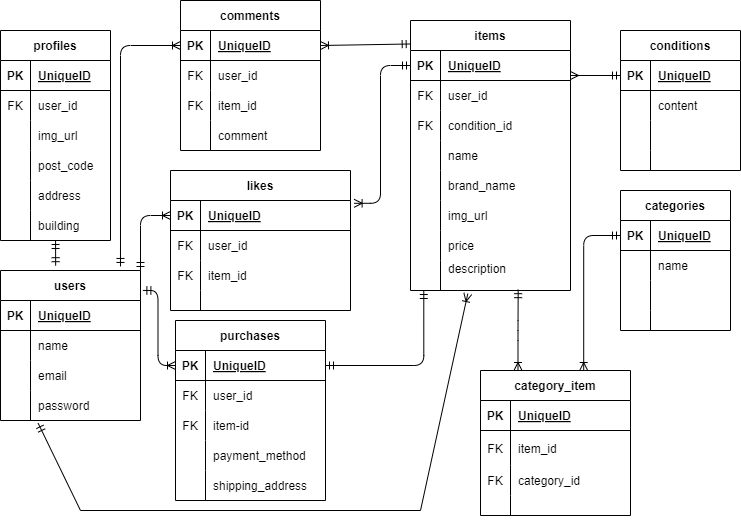
This is erd.png from yuriko52-star/market-app1, a draw.io export, as it was before one commit. Source tidied: cells renumbered, new cells last; positions are measured from the earlier drawing's top-left corner, leaving out a move shared by most shapes.
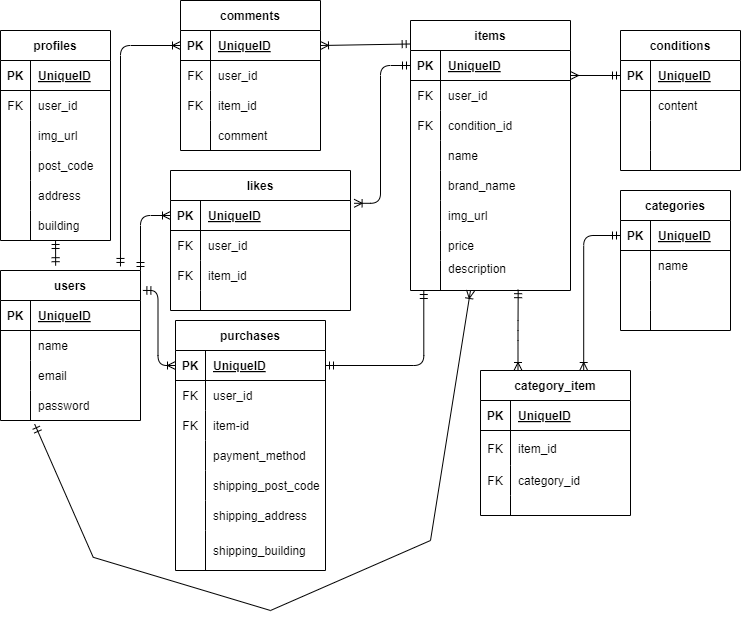
After the change.

The edit, as a diff of the source:
```diff
@@ -105,7 +105,7 @@
       </mxGeometry>
     </mxCell>
     <mxCell id="35" value="purchases" style="shape=table;startSize=30;rowLines=0;fontStyle=1;align=center;" parent="1" vertex="1">
-      <mxGeometry x="175" y="320" width="150" height="180" as="geometry" />
+      <mxGeometry x="175" y="320" width="150" height="250" as="geometry" />
     </mxCell>
     <mxCell id="36" style="shape=tableRow;horizontal=0;startSize=0;swimlaneHead=0;swimlaneBody=0;fillColor=none;points=[[0,0.5],[1,0.5]];portConstraint=eastwest;top=0;left=0;right=0;bottom=1;" parent="35" vertex="1">
       <mxGeometry y="30" width="150" height="30" as="geometry" />
@@ -143,14 +143,32 @@
     <mxCell id="47" value="payment_method" style="shape=partialRectangle;fillColor=none;top=0;left=0;bottom=0;right=0;align=left;spacingLeft=6;overflow=hidden;" parent="45" vertex="1">
       <mxGeometry x="30" width="120" height="30" as="geometry" />
     </mxCell>
+    <mxCell id="152" style="shape=tableRow;horizontal=0;startSize=0;swimlaneHead=0;swimlaneBody=0;fillColor=none;top=0;left=0;right=0;bottom=0;" parent="35" vertex="1">
+      <mxGeometry y="150" width="150" height="30" as="geometry" />
+    </mxCell>
+    <mxCell id="153" style="shape=partialRectangle;fillColor=none;top=0;left=0;bottom=0;right=0;overflow=hidden;" parent="152" vertex="1">
+      <mxGeometry width="30" height="30" as="geometry" />
+    </mxCell>
+    <mxCell id="154" value="shipping_post_code" style="shape=partialRectangle;fillColor=none;top=0;left=0;bottom=0;right=0;align=left;spacingLeft=6;overflow=hidden;" parent="152" vertex="1">
+      <mxGeometry x="30" width="120" height="30" as="geometry" />
+    </mxCell>
+    <mxCell id="155" style="shape=tableRow;horizontal=0;startSize=0;swimlaneHead=0;swimlaneBody=0;fillColor=none;top=0;left=0;right=0;bottom=0;" parent="35" vertex="1">
+      <mxGeometry y="180" width="150" height="30" as="geometry" />
+    </mxCell>
+    <mxCell id="156" style="shape=partialRectangle;fillColor=none;top=0;left=0;bottom=0;right=0;overflow=hidden;" parent="155" vertex="1">
+      <mxGeometry width="30" height="30" as="geometry" />
+    </mxCell>
+    <mxCell id="157" value="shipping_address" style="shape=partialRectangle;fillColor=none;top=0;left=0;bottom=0;right=0;align=left;spacingLeft=6;overflow=hidden;" parent="155" vertex="1">
+      <mxGeometry x="30" width="120" height="30" as="geometry" />
+    </mxCell>
     <mxCell id="48" style="shape=tableRow;horizontal=0;startSize=0;swimlaneHead=0;swimlaneBody=0;fillColor=none;top=0;left=0;right=0;bottom=0;" parent="35" vertex="1">
-      <mxGeometry y="150" width="150" height="30" as="geometry" />
+      <mxGeometry y="210" width="150" height="40" as="geometry" />
     </mxCell>
     <mxCell id="49" style="shape=partialRectangle;fillColor=none;top=0;left=0;bottom=0;right=0;overflow=hidden;" parent="48" vertex="1">
-      <mxGeometry width="30" height="30" as="geometry" />
+      <mxGeometry width="30" height="40" as="geometry" />
     </mxCell>
-    <mxCell id="50" value="shipping_address" style="shape=partialRectangle;fillColor=none;top=0;left=0;bottom=0;right=0;align=left;spacingLeft=6;overflow=hidden;" parent="48" vertex="1">
-      <mxGeometry x="30" width="120" height="30" as="geometry" />
+    <mxCell id="50" value="shipping_building" style="shape=partialRectangle;fillColor=none;top=0;left=0;bottom=0;right=0;align=left;spacingLeft=6;overflow=hidden;" parent="48" vertex="1">
+      <mxGeometry x="30" width="120" height="40" as="geometry" />
     </mxCell>
     <mxCell id="51" value="comments" style="shape=table;startSize=30;rowLines=0;fontStyle=1;align=center;" parent="1" vertex="1">
       <mxGeometry x="180" width="140" height="150" as="geometry" />
@@ -452,11 +470,12 @@
     <mxCell id="150" style="edgeStyle=orthogonalEdgeStyle;html=1;exitX=0;exitY=0.5;exitDx=0;exitDy=0;entryX=0.688;entryY=0;entryDx=0;entryDy=0;entryPerimeter=0;startArrow=ERmandOne;startFill=0;endArrow=ERoneToMany;endFill=0;" parent="1" edge="1" source="116" target="129">
       <mxGeometry relative="1" as="geometry" />
     </mxCell>
-    <mxCell id="151" style="endArrow=ERoneToMany;html=1;rounded=0;entryX=0.358;entryY=1.107;entryDx=0;entryDy=0;entryPerimeter=0;exitX=0.269;exitY=1.093;exitDx=0;exitDy=0;exitPerimeter=0;startArrow=ERmandOne;startFill=0;endFill=0;" parent="1" edge="1" source="31" target="99">
+    <mxCell id="151" style="endArrow=ERoneToMany;html=1;rounded=0;entryX=0.375;entryY=1;entryDx=0;entryDy=0;entryPerimeter=0;exitX=0.244;exitY=1.12;exitDx=0;exitDy=0;exitPerimeter=0;startArrow=ERmandOne;startFill=0;endFill=0;" parent="1" edge="1" source="31" target="99">
       <mxGeometry relative="1" as="geometry">
         <Array as="points">
-          <mxPoint x="80" y="510" />
-          <mxPoint x="420" y="510" />
+          <mxPoint x="92.7" y="556.8" />
+          <mxPoint x="270" y="610" />
+          <mxPoint x="430" y="540" />
         </Array>
       </mxGeometry>
     </mxCell>
```
